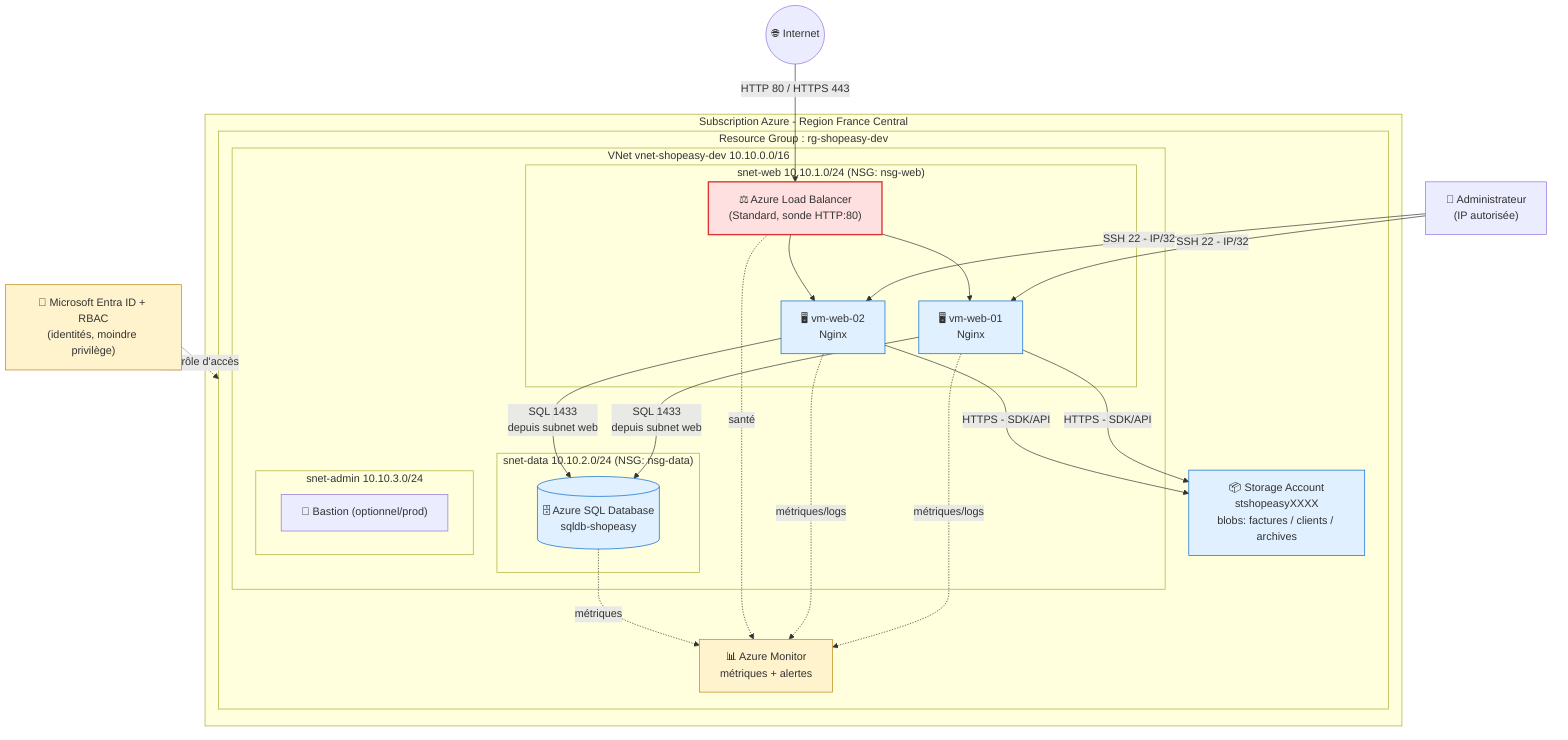
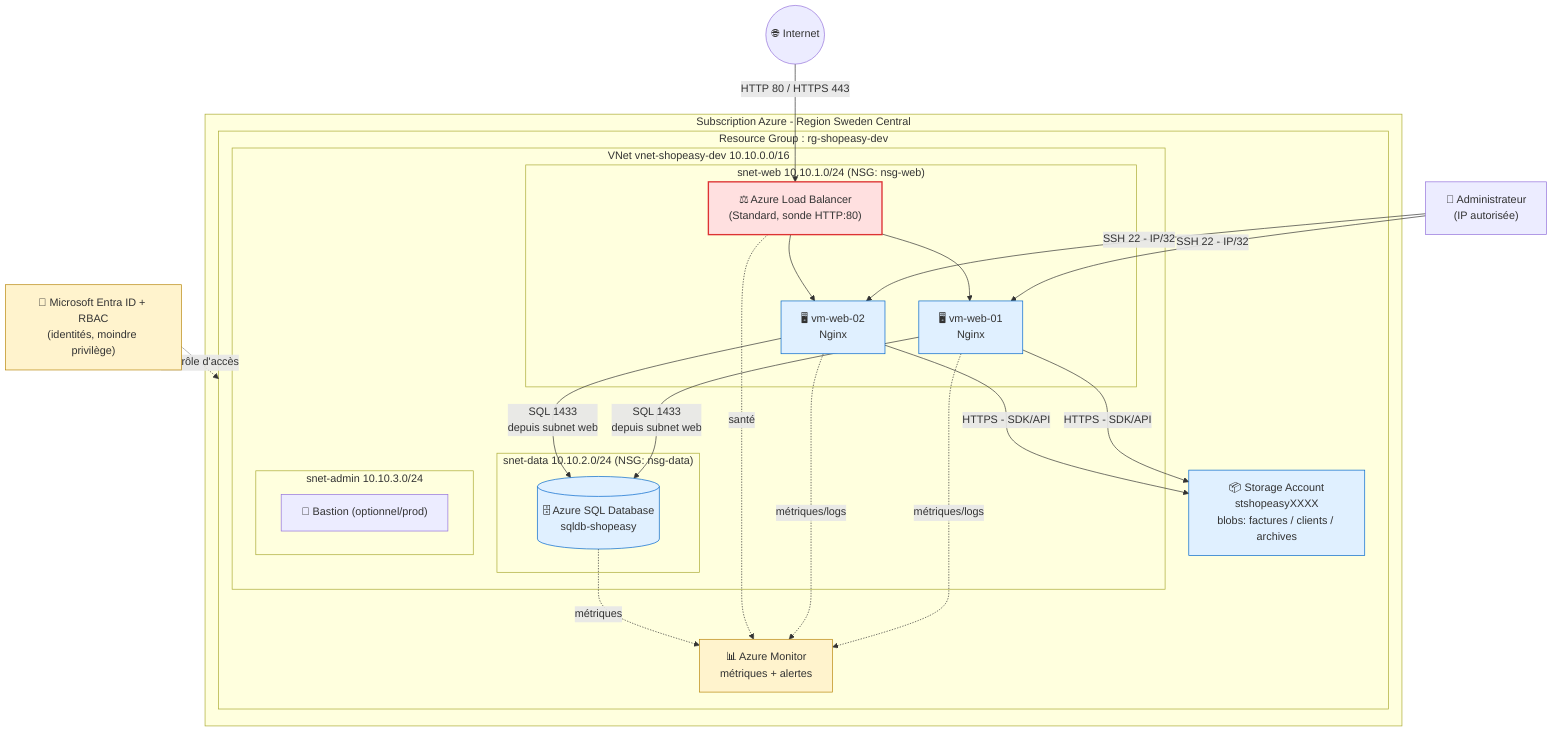
%% Architecture cible Azure - ShopEasy
%% Rendu : https://mermaid.live  ou extension Mermaid
flowchart TB
    Internet(("🌐 Internet"))
    Admin["👤 Administrateur<br/>(IP autorisée)"]

    Internet -->|HTTP 80 / HTTPS 443| LB
    Admin -->|SSH 22 - IP/32| VM1
    Admin -->|SSH 22 - IP/32| VM2

-     subgraph SUB["Subscription Azure - Region France Central"]
+     subgraph SUB["Subscription Azure - Region Sweden Central"]
      subgraph RG["Resource Group : rg-shopeasy-dev"]

        subgraph VNET["VNet vnet-shopeasy-dev  10.10.0.0/16"]
          subgraph SWEB["snet-web 10.10.1.0/24  (NSG: nsg-web)"]
            LB["⚖️ Azure Load Balancer<br/>(Standard, sonde HTTP:80)"]
            VM1["🖥️ vm-web-01<br/>Nginx"]
            VM2["🖥️ vm-web-02<br/>Nginx"]
            LB --> VM1
            LB --> VM2
          end

          subgraph SDATA["snet-data 10.10.2.0/24  (NSG: nsg-data)"]
            SQL[("🗄️ Azure SQL Database<br/>sqldb-shopeasy")]
          end

          subgraph SADMIN["snet-admin 10.10.3.0/24"]
            BASTION["🔐 Bastion (optionnel/prod)"]
          end
        end

        STG["📦 Storage Account<br/>stshopeasyXXXX<br/>blobs: factures / clients / archives"]
        MON["📊 Azure Monitor<br/>métriques + alertes"]
      end
    end

    ENTRA["🪪 Microsoft Entra ID + RBAC<br/>(identités, moindre privilège)"]

    VM1 -->|SQL 1433<br/>depuis subnet web| SQL
    VM2 -->|SQL 1433<br/>depuis subnet web| SQL
    VM1 -->|HTTPS - SDK/API| STG
    VM2 -->|HTTPS - SDK/API| STG

    VM1 -. métriques/logs .-> MON
    VM2 -. métriques/logs .-> MON
    LB  -. santé .-> MON
    SQL -. métriques .-> MON

    ENTRA -. contrôle d'accès .-> RG

    classDef exposed fill:#ffe0e0,stroke:#d33,stroke-width:2px;
    classDef internal fill:#e0f0ff,stroke:#06c,stroke-width:1px;
    classDef gov fill:#fff3cd,stroke:#b8860b,stroke-width:1px;
    class LB exposed;
    class VM1,VM2,SQL,STG internal;
    class MON,ENTRA gov;
